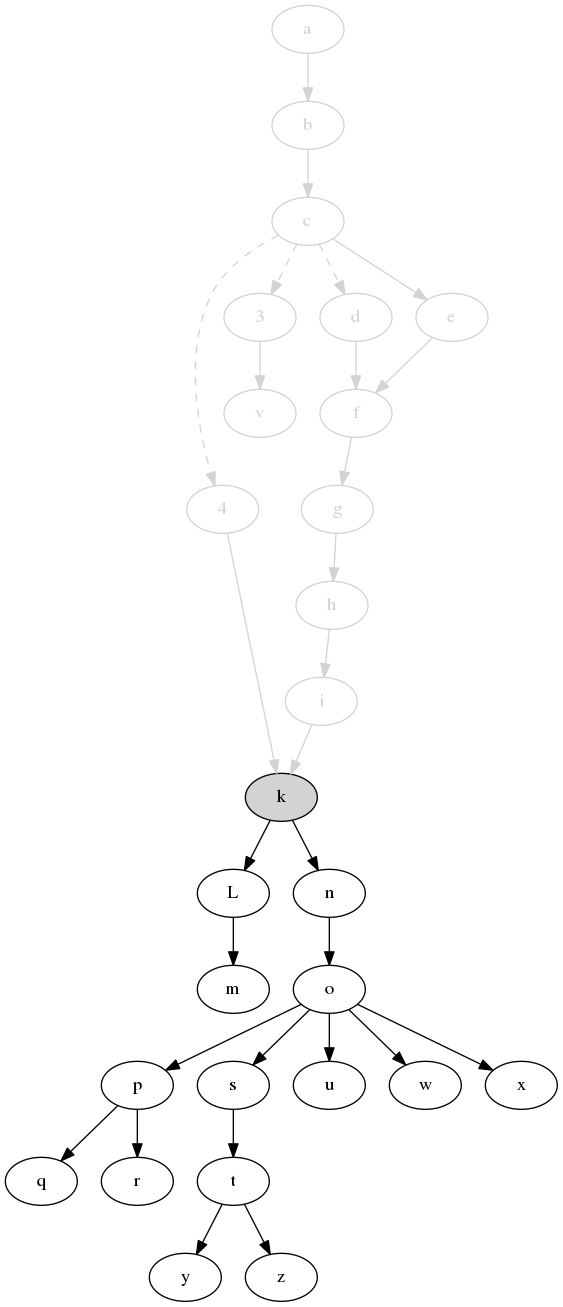
This is svm-startup-deps.png from jdmpapin/svm-startup-deps, a Graphviz export, as it was before one commit. Its source is kept beside it as svm-startup-deps.dot.
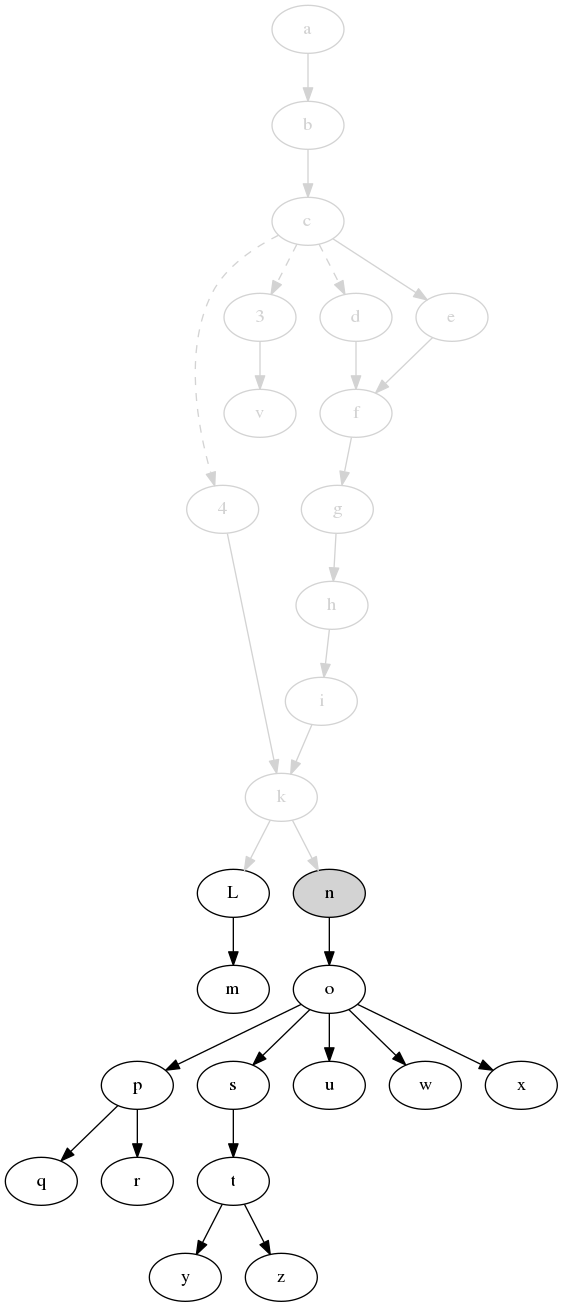
Above is the later version.

Commit message:
Close k, open n

Diff of the diagram source:
```diff
@@ -10,10 +10,10 @@
     g [color=lightgrey,fontcolor=lightgrey];
     h [color=lightgrey,fontcolor=lightgrey];
     i [color=lightgrey,fontcolor=lightgrey];
-    k [style=filled,fillcolor=lightgrey];
+    k [color=lightgrey,fontcolor=lightgrey];
     L;
     m;
-    n;
+    n [style=filled,fillcolor=lightgrey];
     o;
     p;
     q;
@@ -41,9 +41,9 @@
     g -> h [color=lightgrey];
     h -> i [color=lightgrey];
     i -> k [color=lightgrey];
-    k -> L;
+    k -> L [color=lightgrey];
     L -> m;
-    k -> n;
+    k -> n [color=lightgrey];
     n -> o;
     o -> p;
     p -> q;
```
